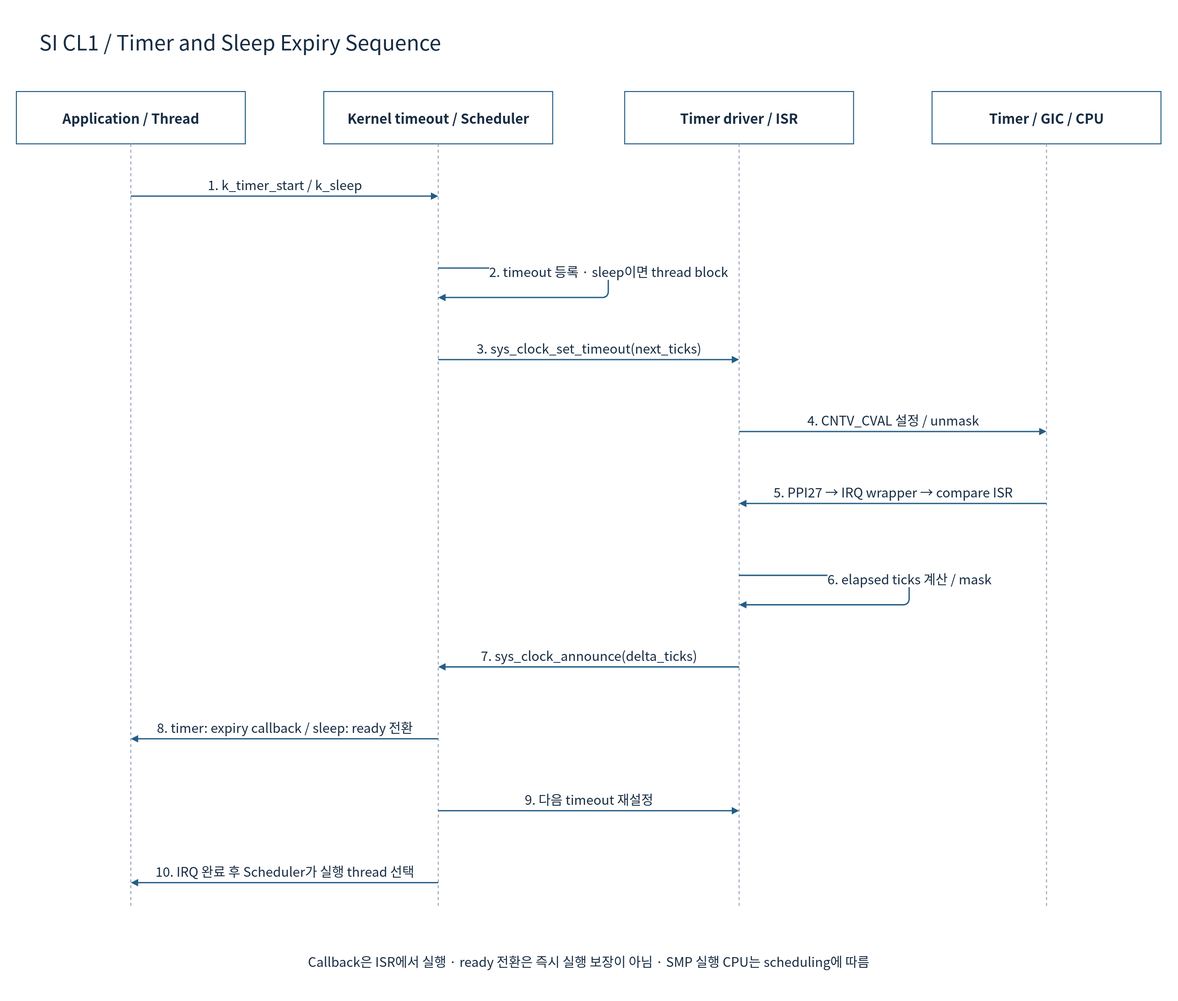
The draw.io diagram doc/phase1/timer/diagrams/08g-zephyr-timeout-sequence.drawio.svg in cometzero/project-apollo, before a commit. Source tidied: cells renumbered, new cells last; positions are measured from the earlier drawing's top-left corner, leaving out a move shared by most shapes.
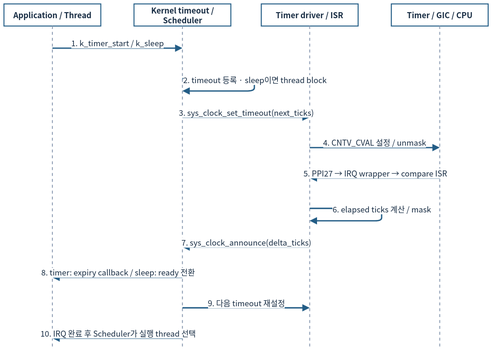
Above is the later version.

Diff of the diagram source:
```diff
@@ -2,128 +2,119 @@
   <root>
     <mxCell id="0" />
     <mxCell id="1" parent="0" />
-    <mxCell id="2" style="rounded=0;whiteSpace=wrap;html=1;fillColor=#FFFFFF;strokeColor=none;strokeWidth=1.5;fontColor=#172C43;fontFamily=Noto Sans CJK KR;fontSize=22;spacing=10;" parent="1" vertex="1">
-      <mxGeometry width="1800" height="1530" as="geometry" />
-    </mxCell>
-    <mxCell id="3" value="SI CL1 / Timer and Sleep Expiry Sequence" style="rounded=0;whiteSpace=wrap;html=1;fillColor=#FFFFFF;strokeColor=none;strokeWidth=1.5;fontColor=#172C43;fontFamily=Noto Sans CJK KR;fontSize=22;spacing=10;fontSize=32;align=left;" parent="1" vertex="1">
-      <mxGeometry x="50" y="30" width="1700" height="65" as="geometry" />
-    </mxCell>
-    <mxCell id="4" value="Application / Thread" style="rounded=0;whiteSpace=wrap;html=1;fillColor=#FFFFFF;strokeColor=#235D86;strokeWidth=1.5;fontColor=#172C43;fontFamily=Noto Sans CJK KR;fontSize=22;spacing=10;fontStyle=1;fontSize=21;" parent="1" vertex="1">
-      <mxGeometry x="25" y="140" width="350" height="80" as="geometry" />
+    <mxCell id="4" value="Application / Thread" style="rounded=0;whiteSpace=wrap;html=1;fillColor=#FFFFFF;strokeColor=#235D86;strokeWidth=1.5;fontColor=#172C43;fontFamily=Noto Sans CJK KR;fontStyle=1;fontSize=12;spacing=3;whiteSpace=wrap;" parent="1" vertex="1">
+      <mxGeometry x="12" y="12" width="148" height="33.8" as="geometry" />
     </mxCell>
-    <mxCell id="5" style="endArrow=none;dashed=1;strokeColor=#94A3B8;strokeWidth=1.5;" parent="1" edge="1">
+    <mxCell id="5" style="endArrow=none;dashed=1;strokeColor=#94A3B8;strokeWidth=1.5;fontSize=12;spacing=3;whiteSpace=nowrap;" parent="1" edge="1">
       <mxGeometry relative="1" as="geometry">
-        <mxPoint x="200" y="220" as="sourcePoint" />
-        <mxPoint x="200" y="1390" as="targetPoint" />
+        <mxPoint x="86" y="45.8" as="sourcePoint" />
+        <mxPoint x="86" y="540.6" as="targetPoint" />
       </mxGeometry>
     </mxCell>
-    <mxCell id="6" value="Kernel timeout / Scheduler" style="rounded=0;whiteSpace=wrap;html=1;fillColor=#FFFFFF;strokeColor=#235D86;strokeWidth=1.5;fontColor=#172C43;fontFamily=Noto Sans CJK KR;fontSize=22;spacing=10;fontStyle=1;fontSize=21;" parent="1" vertex="1">
-      <mxGeometry x="495" y="140" width="350" height="80" as="geometry" />
+    <mxCell id="6" value="Kernel timeout / Scheduler" style="rounded=0;whiteSpace=wrap;html=1;fillColor=#FFFFFF;strokeColor=#235D86;strokeWidth=1.5;fontColor=#172C43;fontFamily=Noto Sans CJK KR;fontStyle=1;fontSize=12;spacing=3;whiteSpace=wrap;" parent="1" vertex="1">
+      <mxGeometry x="210.7" y="12" width="148" height="33.8" as="geometry" />
     </mxCell>
-    <mxCell id="7" style="endArrow=none;dashed=1;strokeColor=#94A3B8;strokeWidth=1.5;" parent="1" edge="1">
+    <mxCell id="7" style="endArrow=none;dashed=1;strokeColor=#94A3B8;strokeWidth=1.5;fontSize=12;spacing=3;whiteSpace=nowrap;" parent="1" edge="1">
       <mxGeometry relative="1" as="geometry">
-        <mxPoint x="670" y="220" as="sourcePoint" />
-        <mxPoint x="670" y="1390" as="targetPoint" />
+        <mxPoint x="284.7" y="45.8" as="sourcePoint" />
+        <mxPoint x="284.7" y="540.6" as="targetPoint" />
       </mxGeometry>
     </mxCell>
-    <mxCell id="8" value="Timer driver / ISR" style="rounded=0;whiteSpace=wrap;html=1;fillColor=#FFFFFF;strokeColor=#235D86;strokeWidth=1.5;fontColor=#172C43;fontFamily=Noto Sans CJK KR;fontSize=22;spacing=10;fontStyle=1;fontSize=21;" parent="1" vertex="1">
-      <mxGeometry x="955" y="140" width="350" height="80" as="geometry" />
+    <mxCell id="8" value="Timer driver / ISR" style="rounded=0;whiteSpace=wrap;html=1;fillColor=#FFFFFF;strokeColor=#235D86;strokeWidth=1.5;fontColor=#172C43;fontFamily=Noto Sans CJK KR;fontStyle=1;fontSize=12;spacing=3;whiteSpace=wrap;" parent="1" vertex="1">
+      <mxGeometry x="405.3" y="12" width="148" height="33.8" as="geometry" />
     </mxCell>
-    <mxCell id="9" style="endArrow=none;dashed=1;strokeColor=#94A3B8;strokeWidth=1.5;" parent="1" edge="1">
+    <mxCell id="9" style="endArrow=none;dashed=1;strokeColor=#94A3B8;strokeWidth=1.5;fontSize=12;spacing=3;whiteSpace=nowrap;" parent="1" edge="1">
       <mxGeometry relative="1" as="geometry">
-        <mxPoint x="1130" y="220" as="sourcePoint" />
-        <mxPoint x="1130" y="1390" as="targetPoint" />
+        <mxPoint x="479.3" y="45.8" as="sourcePoint" />
+        <mxPoint x="479.3" y="540.6" as="targetPoint" />
       </mxGeometry>
     </mxCell>
-    <mxCell id="10" value="Timer / GIC / CPU" style="rounded=0;whiteSpace=wrap;html=1;fillColor=#FFFFFF;strokeColor=#235D86;strokeWidth=1.5;fontColor=#172C43;fontFamily=Noto Sans CJK KR;fontSize=22;spacing=10;fontStyle=1;fontSize=21;" parent="1" vertex="1">
-      <mxGeometry x="1425" y="140" width="350" height="80" as="geometry" />
+    <mxCell id="10" value="Timer / GIC / CPU" style="rounded=0;whiteSpace=wrap;html=1;fillColor=#FFFFFF;strokeColor=#235D86;strokeWidth=1.5;fontColor=#172C43;fontFamily=Noto Sans CJK KR;fontStyle=1;fontSize=12;spacing=3;whiteSpace=wrap;" parent="1" vertex="1">
+      <mxGeometry x="604" y="12" width="148" height="33.8" as="geometry" />
     </mxCell>
-    <mxCell id="11" style="endArrow=none;dashed=1;strokeColor=#94A3B8;strokeWidth=1.5;" parent="1" edge="1">
+    <mxCell id="11" style="endArrow=none;dashed=1;strokeColor=#94A3B8;strokeWidth=1.5;fontSize=12;spacing=3;whiteSpace=nowrap;" parent="1" edge="1">
       <mxGeometry relative="1" as="geometry">
-        <mxPoint x="1600" y="220" as="sourcePoint" />
-        <mxPoint x="1600" y="1390" as="targetPoint" />
+        <mxPoint x="678" y="45.8" as="sourcePoint" />
+        <mxPoint x="678" y="540.6" as="targetPoint" />
       </mxGeometry>
     </mxCell>
-    <mxCell id="12" value="1. k_timer_start / k_sleep" style="edgeStyle=none;html=1;endArrow=block;endFill=1;strokeColor=#235D86;strokeWidth=2;fontColor=#172C43;fontFamily=Noto Sans CJK KR;fontSize=20;labelBackgroundColor=#FFFFFF;" parent="1" edge="1">
+    <mxCell id="12" value="1. k_timer_start / k_sleep" style="edgeStyle=none;html=1;endArrow=block;endFill=1;strokeColor=#235D86;strokeWidth=2;fontColor=#172C43;fontFamily=Noto Sans CJK KR;labelBackgroundColor=#FFFFFF;fontSize=12;spacing=3;whiteSpace=nowrap;" parent="1" edge="1">
       <mxGeometry relative="1" as="geometry">
-        <mxPoint x="200" y="300" as="sourcePoint" />
-        <mxPoint x="670" y="300" as="targetPoint" />
-        <mxPoint y="-18" as="offset" />
+        <mxPoint x="86" y="79.7" as="sourcePoint" />
+        <mxPoint x="284.7" y="79.7" as="targetPoint" />
+        <mxPoint y="-7.6" as="offset" />
       </mxGeometry>
     </mxCell>
-    <mxCell id="13" value="2. timeout 등록 · sleep이면 thread block" style="edgeStyle=none;html=1;endArrow=block;endFill=1;strokeColor=#235D86;strokeWidth=2;fontColor=#172C43;fontFamily=Noto Sans CJK KR;fontSize=20;labelBackgroundColor=#FFFFFF;" parent="1" edge="1">
+    <mxCell id="13" value="2. timeout 등록 · sleep이면 thread block" style="edgeStyle=none;html=1;endArrow=block;endFill=1;strokeColor=#235D86;strokeWidth=2;fontColor=#172C43;fontFamily=Noto Sans CJK KR;labelBackgroundColor=#FFFFFF;fontSize=12;spacing=3;whiteSpace=nowrap;" parent="1" edge="1">
       <mxGeometry relative="1" as="geometry">
-        <mxPoint x="670" y="410" as="sourcePoint" />
-        <mxPoint x="670" y="455" as="targetPoint" />
+        <mxPoint x="284.7" y="126.2" as="sourcePoint" />
+        <mxPoint x="284.7" y="145.2" as="targetPoint" />
         <Array as="points">
-          <mxPoint x="930" y="410" />
-          <mxPoint x="930" y="455" />
+          <mxPoint x="394.7" y="126.2" />
+          <mxPoint x="394.7" y="145.2" />
         </Array>
-        <mxPoint y="-18" as="offset" />
+        <mxPoint y="-7.6" as="offset" />
       </mxGeometry>
     </mxCell>
-    <mxCell id="14" value="3. sys_clock_set_timeout(next_ticks)" style="edgeStyle=none;html=1;endArrow=block;endFill=1;strokeColor=#235D86;strokeWidth=2;fontColor=#172C43;fontFamily=Noto Sans CJK KR;fontSize=20;labelBackgroundColor=#FFFFFF;" parent="1" edge="1">
+    <mxCell id="14" value="3. sys_clock_set_timeout(next_ticks)" style="edgeStyle=none;html=1;endArrow=block;endFill=1;strokeColor=#235D86;strokeWidth=2;fontColor=#172C43;fontFamily=Noto Sans CJK KR;labelBackgroundColor=#FFFFFF;fontSize=12;spacing=3;whiteSpace=nowrap;" parent="1" edge="1">
       <mxGeometry relative="1" as="geometry">
-        <mxPoint x="670" y="550" as="sourcePoint" />
-        <mxPoint x="1130" y="550" as="targetPoint" />
-        <mxPoint y="-18" as="offset" />
+        <mxPoint x="284.7" y="185.4" as="sourcePoint" />
+        <mxPoint x="479.3" y="185.4" as="targetPoint" />
+        <mxPoint y="-7.6" as="offset" />
       </mxGeometry>
     </mxCell>
-    <mxCell id="15" value="4. CNTV_CVAL 설정 / unmask" style="edgeStyle=none;html=1;endArrow=block;endFill=1;strokeColor=#235D86;strokeWidth=2;fontColor=#172C43;fontFamily=Noto Sans CJK KR;fontSize=20;labelBackgroundColor=#FFFFFF;" parent="1" edge="1">
+    <mxCell id="15" value="4. CNTV_CVAL 설정 / unmask" style="edgeStyle=none;html=1;endArrow=block;endFill=1;strokeColor=#235D86;strokeWidth=2;fontColor=#172C43;fontFamily=Noto Sans CJK KR;labelBackgroundColor=#FFFFFF;fontSize=12;spacing=3;whiteSpace=nowrap;" parent="1" edge="1">
       <mxGeometry relative="1" as="geometry">
-        <mxPoint x="1130" y="660" as="sourcePoint" />
-        <mxPoint x="1600" y="660" as="targetPoint" />
-        <mxPoint y="-18" as="offset" />
+        <mxPoint x="479.3" y="231.9" as="sourcePoint" />
+        <mxPoint x="678" y="231.9" as="targetPoint" />
+        <mxPoint y="-7.6" as="offset" />
       </mxGeometry>
     </mxCell>
-    <mxCell id="16" value="5. PPI27 → IRQ wrapper → compare ISR" style="edgeStyle=none;html=1;endArrow=block;endFill=1;strokeColor=#235D86;strokeWidth=2;fontColor=#172C43;fontFamily=Noto Sans CJK KR;fontSize=20;labelBackgroundColor=#FFFFFF;" parent="1" edge="1">
+    <mxCell id="16" value="5. PPI27 → IRQ wrapper → compare ISR" style="edgeStyle=none;html=1;endArrow=block;endFill=1;strokeColor=#235D86;strokeWidth=2;fontColor=#172C43;fontFamily=Noto Sans CJK KR;labelBackgroundColor=#FFFFFF;fontSize=12;spacing=3;whiteSpace=nowrap;" parent="1" edge="1">
       <mxGeometry relative="1" as="geometry">
-        <mxPoint x="1600" y="770" as="sourcePoint" />
-        <mxPoint x="1130" y="770" as="targetPoint" />
-        <mxPoint y="-18" as="offset" />
+        <mxPoint x="678" y="278.4" as="sourcePoint" />
+        <mxPoint x="479.3" y="278.4" as="targetPoint" />
+        <mxPoint y="-7.6" as="offset" />
       </mxGeometry>
     </mxCell>
-    <mxCell id="17" value="6. elapsed ticks 계산 / mask" style="edgeStyle=none;html=1;endArrow=block;endFill=1;strokeColor=#235D86;strokeWidth=2;fontColor=#172C43;fontFamily=Noto Sans CJK KR;fontSize=20;labelBackgroundColor=#FFFFFF;" parent="1" edge="1">
+    <mxCell id="17" value="6. elapsed ticks 계산 / mask" style="edgeStyle=none;html=1;endArrow=block;endFill=1;strokeColor=#235D86;strokeWidth=2;fontColor=#172C43;fontFamily=Noto Sans CJK KR;labelBackgroundColor=#FFFFFF;fontSize=12;spacing=3;whiteSpace=nowrap;" parent="1" edge="1">
       <mxGeometry relative="1" as="geometry">
-        <mxPoint x="1130" y="880" as="sourcePoint" />
-        <mxPoint x="1130" y="925" as="targetPoint" />
+        <mxPoint x="479.3" y="324.9" as="sourcePoint" />
+        <mxPoint x="479.3" y="343.9" as="targetPoint" />
         <Array as="points">
-          <mxPoint x="1390" y="880" />
-          <mxPoint x="1390" y="925" />
+          <mxPoint x="589.2" y="324.9" />
+          <mxPoint x="589.2" y="343.9" />
         </Array>
-        <mxPoint y="-18" as="offset" />
+        <mxPoint y="-7.6" as="offset" />
       </mxGeometry>
     </mxCell>
-    <mxCell id="18" value="7. sys_clock_announce(delta_ticks)" style="edgeStyle=none;html=1;endArrow=block;endFill=1;strokeColor=#235D86;strokeWidth=2;fontColor=#172C43;fontFamily=Noto Sans CJK KR;fontSize=20;labelBackgroundColor=#FFFFFF;" parent="1" edge="1">
+    <mxCell id="18" value="7. sys_clock_announce(delta_ticks)" style="edgeStyle=none;html=1;endArrow=block;endFill=1;strokeColor=#235D86;strokeWidth=2;fontColor=#172C43;fontFamily=Noto Sans CJK KR;labelBackgroundColor=#FFFFFF;fontSize=12;spacing=3;whiteSpace=nowrap;" parent="1" edge="1">
       <mxGeometry relative="1" as="geometry">
-        <mxPoint x="1130" y="1020" as="sourcePoint" />
-        <mxPoint x="670" y="1020" as="targetPoint" />
-        <mxPoint y="-18" as="offset" />
+        <mxPoint x="479.3" y="384.1" as="sourcePoint" />
+        <mxPoint x="284.7" y="384.1" as="targetPoint" />
+        <mxPoint y="-7.6" as="offset" />
       </mxGeometry>
     </mxCell>
-    <mxCell id="19" value="8. timer: expiry callback / sleep: ready 전환" style="edgeStyle=none;html=1;endArrow=block;endFill=1;strokeColor=#235D86;strokeWidth=2;fontColor=#172C43;fontFamily=Noto Sans CJK KR;fontSize=20;labelBackgroundColor=#FFFFFF;" parent="1" edge="1">
+    <mxCell id="19" value="8. timer: expiry callback / sleep: ready 전환" style="edgeStyle=none;html=1;endArrow=block;endFill=1;strokeColor=#235D86;strokeWidth=2;fontColor=#172C43;fontFamily=Noto Sans CJK KR;labelBackgroundColor=#FFFFFF;fontSize=12;spacing=3;whiteSpace=nowrap;" parent="1" edge="1">
       <mxGeometry relative="1" as="geometry">
-        <mxPoint x="670" y="1130" as="sourcePoint" />
-        <mxPoint x="200" y="1130" as="targetPoint" />
-        <mxPoint y="-18" as="offset" />
+        <mxPoint x="284.7" y="430.6" as="sourcePoint" />
+        <mxPoint x="86" y="430.6" as="targetPoint" />
+        <mxPoint y="-7.6" as="offset" />
       </mxGeometry>
     </mxCell>
-    <mxCell id="20" value="9. 다음 timeout 재설정" style="edgeStyle=none;html=1;endArrow=block;endFill=1;strokeColor=#235D86;strokeWidth=2;fontColor=#172C43;fontFamily=Noto Sans CJK KR;fontSize=20;labelBackgroundColor=#FFFFFF;" parent="1" edge="1">
+    <mxCell id="20" value="9. 다음 timeout 재설정" style="edgeStyle=none;html=1;endArrow=block;endFill=1;strokeColor=#235D86;strokeWidth=2;fontColor=#172C43;fontFamily=Noto Sans CJK KR;labelBackgroundColor=#FFFFFF;fontSize=12;spacing=3;whiteSpace=nowrap;" parent="1" edge="1">
       <mxGeometry relative="1" as="geometry">
-        <mxPoint x="670" y="1240" as="sourcePoint" />
-        <mxPoint x="1130" y="1240" as="targetPoint" />
-        <mxPoint y="-18" as="offset" />
+        <mxPoint x="284.7" y="477.1" as="sourcePoint" />
+        <mxPoint x="479.3" y="477.1" as="targetPoint" />
+        <mxPoint y="-7.6" as="offset" />
       </mxGeometry>
     </mxCell>
-    <mxCell id="21" value="10. IRQ 완료 후 Scheduler가 실행 thread 선택" style="edgeStyle=none;html=1;endArrow=block;endFill=1;strokeColor=#235D86;strokeWidth=2;fontColor=#172C43;fontFamily=Noto Sans CJK KR;fontSize=20;labelBackgroundColor=#FFFFFF;" parent="1" edge="1">
+    <mxCell id="21" value="10. IRQ 완료 후 Scheduler가 실행 thread 선택" style="edgeStyle=none;html=1;endArrow=block;endFill=1;strokeColor=#235D86;strokeWidth=2;fontColor=#172C43;fontFamily=Noto Sans CJK KR;labelBackgroundColor=#FFFFFF;fontSize=12;spacing=3;whiteSpace=nowrap;" parent="1" edge="1">
       <mxGeometry relative="1" as="geometry">
-        <mxPoint x="670" y="1350" as="sourcePoint" />
-        <mxPoint x="200" y="1350" as="targetPoint" />
-        <mxPoint y="-18" as="offset" />
+        <mxPoint x="284.7" y="523.7" as="sourcePoint" />
+        <mxPoint x="86" y="523.7" as="targetPoint" />
+        <mxPoint y="-7.6" as="offset" />
       </mxGeometry>
     </mxCell>
-    <mxCell id="22" value="Callback은 ISR에서 실행 · ready 전환은 즉시 실행 보장이 아님 · SMP 실행 CPU는 scheduling에 따름" style="rounded=0;whiteSpace=wrap;html=1;fillColor=#FFFFFF;strokeColor=none;strokeWidth=1.5;fontColor=#172C43;fontFamily=Noto Sans CJK KR;fontSize=22;spacing=10;fontSize=20;" parent="1" vertex="1">
-      <mxGeometry x="50" y="1440" width="1700" height="60" as="geometry" />
-    </mxCell>
   </root>
 </mxGraphModel>
```
